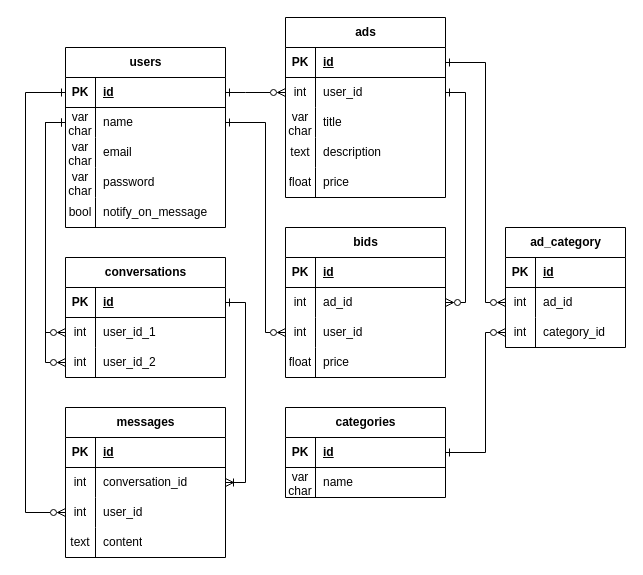
The draw.io diagram marketplace-database.drawio in LeggyBoiTim/laravel-marketplace, before the edit. Source tidied: cells renumbered, new cells numbered last; positions are measured from the earlier drawing's top-left corner, leaving out a move shared by most shapes. Both pictures are drawn from the tidied source at 100%, with x=0, y=0 at pixel (25, 17).
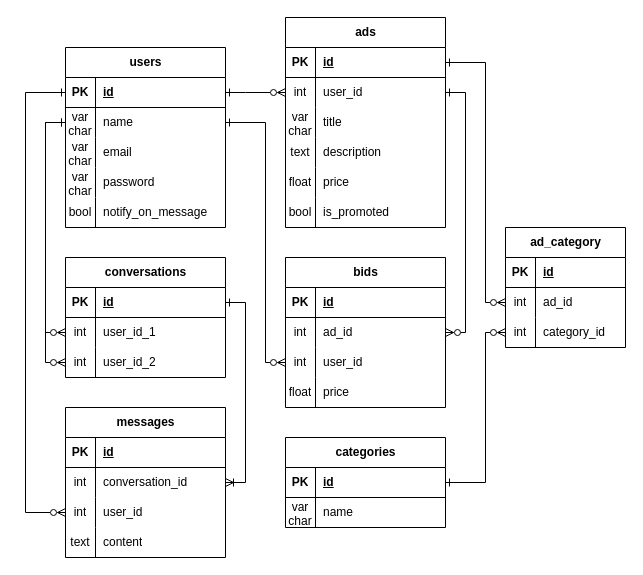
Above is the later version.

Unchanged cells that the change refers to:
```xml
<mxCell id="6" style="shape=tableRow;horizontal=0;startSize=0;swimlaneHead=0;swimlaneBody=0;fillColor=none;points=[[0,0.5],[1,0.5]];portConstraint=eastwest;top=0;left=0;right=0;bottom=0;" parent="2" vertex="1">
  <mxGeometry y="60" width="160" height="30" as="geometry" />
</mxCell>
<mxCell id="41" style="shape=tableRow;horizontal=0;startSize=0;swimlaneHead=0;swimlaneBody=0;fillColor=none;points=[[0,0.5],[1,0.5]];portConstraint=eastwest;top=0;left=0;right=0;bottom=0;" parent="34" vertex="1">
  <mxGeometry y="90" width="160" height="30" as="geometry" />
</mxCell>
<mxCell id="48" style="shape=tableRow;horizontal=0;startSize=0;swimlaneHead=0;swimlaneBody=0;fillColor=none;points=[[0,0.5],[1,0.5]];portConstraint=eastwest;top=0;left=0;right=0;bottom=1;" parent="47" vertex="1">
  <mxGeometry y="30" width="160" height="30" as="geometry" />
</mxCell>
<mxCell id="90" style="shape=tableRow;horizontal=0;startSize=0;swimlaneHead=0;swimlaneBody=0;fillColor=none;points=[[0,0.5],[1,0.5]];portConstraint=eastwest;top=0;left=0;right=0;bottom=0;" parent="83" vertex="1">
  <mxGeometry y="90" width="120" height="30" as="geometry" />
</mxCell>
```

Change to the diagram source:
```diff
@@
     <mxCell id="18" value="ads" style="shape=table;startSize=30;childLayout=tableLayout;rowLines=0;fontStyle=1;align=center;html=1;" parent="1" vertex="1">
-      <mxGeometry x="260" width="160" height="180" as="geometry" />
+      <mxGeometry x="260" width="160" height="210" as="geometry" />
     </mxCell>
@@
+    <mxCell id="96" style="shape=tableRow;horizontal=0;startSize=0;swimlaneHead=0;swimlaneBody=0;fillColor=none;top=0;left=0;right=0;bottom=0;" parent="18" vertex="1">
+      <mxGeometry y="180" width="160" height="30" as="geometry" />
+    </mxCell>
+    <mxCell id="97" value="bool" style="shape=partialRectangle;fillColor=none;top=0;left=0;bottom=0;right=0;overflow=hidden;whiteSpace=wrap;html=1;" parent="96" vertex="1">
+      <mxGeometry width="30" height="30" as="geometry" />
+    </mxCell>
+    <mxCell id="98" value="is_promoted" style="shape=partialRectangle;fillColor=none;top=0;left=0;bottom=0;right=0;align=left;spacingLeft=6;overflow=hidden;whiteSpace=wrap;html=1;" parent="96" vertex="1">
+      <mxGeometry x="30" width="130" height="30" as="geometry" />
+    </mxCell>
     <mxCell id="34" value="bids" style="shape=table;startSize=30;childLayout=tableLayout;rowLines=0;fontStyle=1;align=center;html=1;" parent="1" vertex="1">
-      <mxGeometry x="260" y="210" width="160" height="150" as="geometry" />
+      <mxGeometry x="260" y="240" width="160" height="150" as="geometry" />
     </mxCell>
@@
     <mxCell id="47" value="categories" style="shape=table;startSize=30;childLayout=tableLayout;rowLines=0;fontStyle=1;align=center;html=1;" parent="1" vertex="1">
-      <mxGeometry x="260" y="390" width="160" height="90" as="geometry" />
+      <mxGeometry x="260" y="420" width="160" height="90" as="geometry" />
     </mxCell>
@@
     <mxCell id="78" style="edgeStyle=orthogonalEdgeStyle;rounded=0;jettySize=auto;html=1;exitX=1;exitY=0.5;exitDx=0;exitDy=0;entryX=0;entryY=0.5;entryDx=0;entryDy=0;endArrow=ERzeroToMany;endFill=0;startArrow=ERone;startFill=0;" parent="1" edge="1" source="6" target="41">
       <mxGeometry relative="1" as="geometry">
         <Array as="points">
           <mxPoint x="240" y="105" />
-          <mxPoint x="240" y="315" />
+          <mxPoint x="240" y="345" />
         </Array>
       </mxGeometry>
     </mxCell>
@@
     <mxCell id="94" style="edgeStyle=orthogonalEdgeStyle;rounded=0;jettySize=auto;html=1;exitX=1;exitY=0.5;exitDx=0;exitDy=0;entryX=0;entryY=0.5;entryDx=0;entryDy=0;endArrow=ERzeroToMany;endFill=0;startArrow=ERone;startFill=0;" parent="1" edge="1" source="48" target="90">
       <mxGeometry relative="1" as="geometry">
         <Array as="points">
-          <mxPoint x="460" y="435" />
+          <mxPoint x="460" y="465" />
           <mxPoint x="460" y="315" />
         </Array>
       </mxGeometry>
     </mxCell>
```
